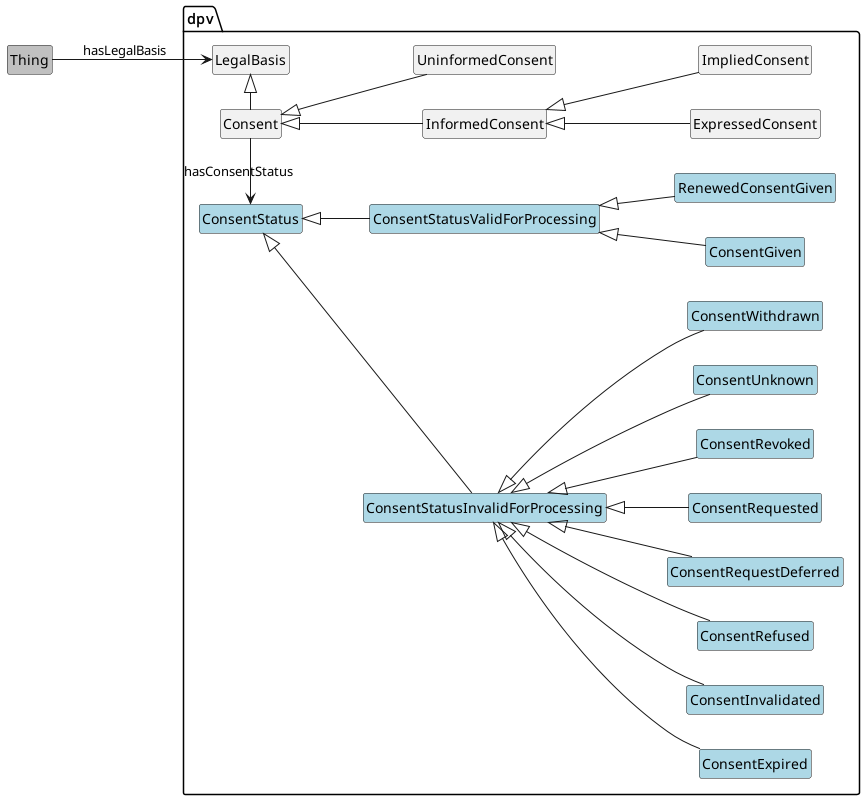
The PlantUML diagram media/Consent.png in jeswr/dpv, before a commit. Its diagram source:
```plantuml
@startuml
!include style.plantuml
left to right direction

class Thing #silver
package dpv {
	class LegalBasis
	class Consent
	class InformedConsent
	class ExpressedConsent
	class ImpliedConsent
	class UninformedConsent

	class ConsentStatus #LightBlue
	class ConsentStatusInvalidForProcessing #LightBlue
	class ConsentStatusValidForProcessing #LightBlue
	class ConsentExpired #LightBlue
	class ConsentInvalidated #LightBlue
	class ConsentRefused #LightBlue
	class ConsentRequestDeferred #LightBlue
	class ConsentRequested #LightBlue
	class ConsentRevoked #LightBlue
	class ConsentUnknown #LightBlue
	class ConsentWithdrawn #LightBlue
	class ConsentGiven #LightBlue
	class RenewedConsentGiven #LightBlue
}

Thing --> LegalBasis: hasLegalBasis
LegalBasis <|-l- Consent
Consent -l-> ConsentStatus: hasConsentStatus
ConsentStatus <|-- ConsentStatusValidForProcessing
ConsentStatus <|-- ConsentStatusInvalidForProcessing

Consent <|-- InformedConsent
InformedConsent <|-- ExpressedConsent
InformedConsent <|-- ImpliedConsent
Consent <|-- UninformedConsent

ConsentStatusInvalidForProcessing <|-- ConsentExpired
ConsentStatusInvalidForProcessing <|-- ConsentInvalidated
ConsentStatusInvalidForProcessing <|-- ConsentRefused
ConsentStatusInvalidForProcessing <|-- ConsentRequestDeferred
ConsentStatusInvalidForProcessing <|-- ConsentRequested
ConsentStatusInvalidForProcessing <|-- ConsentRevoked
ConsentStatusInvalidForProcessing <|-- ConsentUnknown
ConsentStatusInvalidForProcessing <|-- ConsentWithdrawn
ConsentStatusValidForProcessing <|-- ConsentGiven
ConsentStatusValidForProcessing <|-- RenewedConsentGiven

@enduml
```
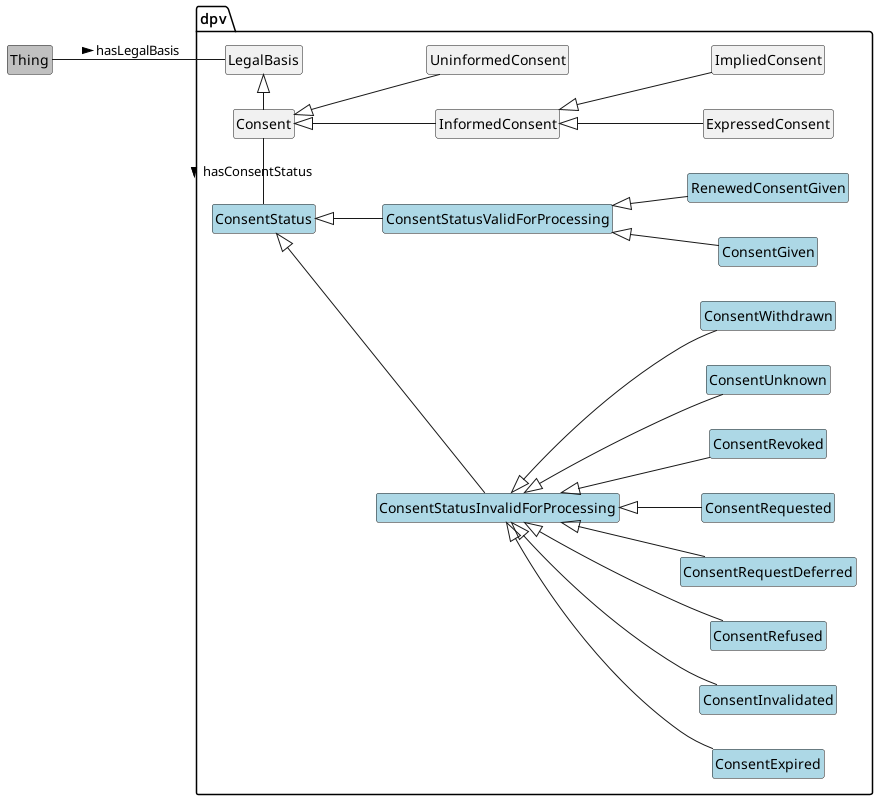
After the commit.

What changed in the source:
```diff
@@ -26,9 +26,9 @@
 	class RenewedConsentGiven #LightBlue
 }
 
-Thing --> LegalBasis: hasLegalBasis
+Thing -- LegalBasis: hasLegalBasis >
 LegalBasis <|-l- Consent
-Consent -l-> ConsentStatus: hasConsentStatus
+Consent -l- ConsentStatus: hasConsentStatus >
 ConsentStatus <|-- ConsentStatusValidForProcessing
 ConsentStatus <|-- ConsentStatusInvalidForProcessing
 
```
